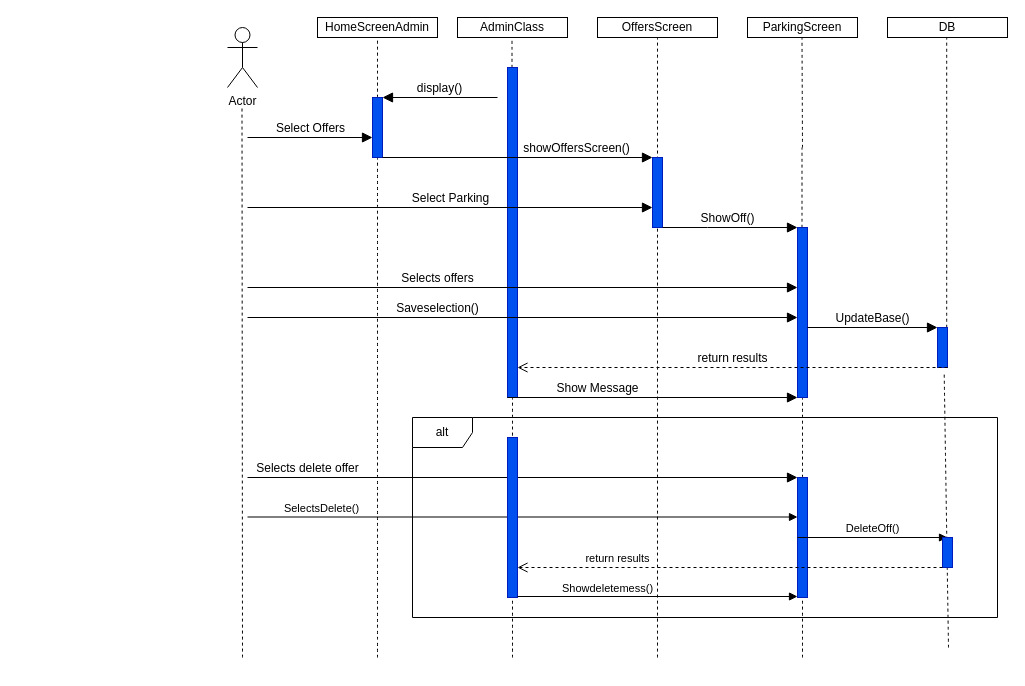
Before: SEQUENCE/Offers sequence.drawio in EliasPapagelis/Smart-Park-TL, a draw.io diagram. Source tidied: cells renumbered, new cells numbered last; positions are measured from the earlier drawing's top-left corner, leaving out a move shared by most shapes. Both pictures are drawn from the tidied source at 100%, with x=0, y=0 at pixel (227, 17).
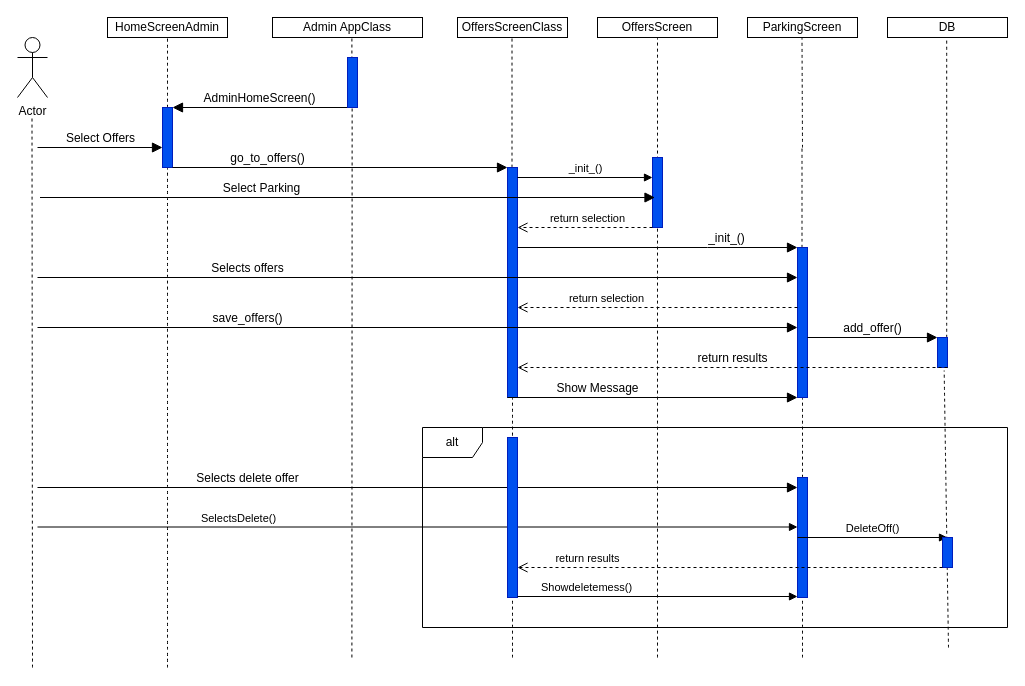
The same diagram, later.

The change refers to these unchanged cells:
```xml
<mxCell id="11" style="html=1;points=[[0,0,0,0,5],[0,1,0,0,-5],[1,0,0,0,5],[1,1,0,0,-5]];perimeter=orthogonalPerimeter;outlineConnect=0;targetShapes=umlLifeline;portConstraint=eastwest;newEdgeStyle={&quot;curved&quot;:0,&quot;rounded&quot;:0};fillColor=#0050ef;fontColor=#ffffff;strokeColor=#001DBC;" parent="1" vertex="1">
  <mxGeometry x="425" y="140" width="10" height="70" as="geometry" />
</mxCell>
<mxCell id="37" style="html=1;points=[[0,0,0,0,5],[0,1,0,0,-5],[1,0,0,0,5],[1,1,0,0,-5]];perimeter=orthogonalPerimeter;outlineConnect=0;targetShapes=umlLifeline;portConstraint=eastwest;newEdgeStyle={&quot;curved&quot;:0,&quot;rounded&quot;:0};fillColor=#0050ef;fontColor=#ffffff;strokeColor=#001DBC;" parent="1" vertex="1">
  <mxGeometry x="570" y="460" width="10" height="120" as="geometry" />
</mxCell>
<mxCell id="40" style="html=1;points=[[0,0,0,0,5],[0,1,0,0,-5],[1,0,0,0,5],[1,1,0,0,-5]];perimeter=orthogonalPerimeter;outlineConnect=0;targetShapes=umlLifeline;portConstraint=eastwest;newEdgeStyle={&quot;curved&quot;:0,&quot;rounded&quot;:0};fillColor=#0050ef;fontColor=#ffffff;strokeColor=#001DBC;" parent="1" vertex="1">
  <mxGeometry x="715" y="520" width="10" height="30" as="geometry" />
</mxCell>
```

Diff of the diagram source:
```diff
@@
     <mxCell id="2" value="Actor" style="shape=umlActor;verticalLabelPosition=bottom;verticalAlign=top;html=1;" parent="1" vertex="1">
-      <mxGeometry y="10" width="30" height="60" as="geometry" />
+      <mxGeometry x="-210" y="20" width="30" height="60" as="geometry" />
     </mxCell>
@@
-    <mxCell id="4" value="AdminClass" style="rounded=0;whiteSpace=wrap;html=1;" parent="1" vertex="1">
+    <mxCell id="4" value="OffersScreenClass" style="rounded=0;whiteSpace=wrap;html=1;" parent="1" vertex="1">
       <mxGeometry x="230" width="110" height="20" as="geometry" />
     </mxCell>
@@
     <mxCell id="6" value="HomeScreenAdmin" style="rounded=0;whiteSpace=wrap;html=1;" parent="1" vertex="1">
-      <mxGeometry x="90" width="120" height="20" as="geometry" />
+      <mxGeometry x="-120" width="120" height="20" as="geometry" />
     </mxCell>
@@
-    <mxCell id="9" style="endArrow=none;dashed=1;html=1;rounded=0;fontSize=12;startSize=8;endSize=8;curved=1;" parent="1" edge="1" source="13">
-      <mxGeometry relative="1" as="geometry">
-        <mxPoint x="150" y="20" as="targetPoint" />
-      </mxGeometry>
+    <mxCell id="9" style="endArrow=none;dashed=1;html=1;rounded=0;fontSize=12;startSize=8;endSize=8;curved=1;entryX=0.5;entryY=1;entryDx=0;entryDy=0;" parent="1" edge="1" source="13" target="6">
+      <mxGeometry relative="1" as="geometry" />
     </mxCell>
     <mxCell id="10" style="endArrow=none;dashed=1;html=1;rounded=0;fontSize=12;startSize=8;endSize=8;curved=1;" parent="1" edge="1">
       <mxGeometry relative="1" as="geometry">
-        <mxPoint x="15" y="640" as="sourcePoint" />
-        <mxPoint x="14.5" y="90" as="targetPoint" />
+        <mxPoint x="-195" y="650" as="sourcePoint" />
+        <mxPoint x="-195.5" y="100" as="targetPoint" />
       </mxGeometry>
     </mxCell>
@@
     <mxCell id="12" style="endArrow=none;dashed=1;html=1;rounded=0;fontSize=12;startSize=8;endSize=8;curved=1;" parent="1" edge="1" target="13">
       <mxGeometry relative="1" as="geometry">
-        <mxPoint x="150" y="640" as="sourcePoint" />
+        <mxPoint x="-60" y="650" as="sourcePoint" />
       </mxGeometry>
     </mxCell>
     <mxCell id="13" style="html=1;points=[[0,0,0,0,5],[0,1,0,0,-5],[1,0,0,0,5],[1,1,0,0,-5]];perimeter=orthogonalPerimeter;outlineConnect=0;targetShapes=umlLifeline;portConstraint=eastwest;newEdgeStyle={&quot;curved&quot;:0,&quot;rounded&quot;:0};fillColor=#0050ef;fontColor=#ffffff;strokeColor=#001DBC;" parent="1" vertex="1">
-      <mxGeometry x="145" y="80" width="10" height="60" as="geometry" />
+      <mxGeometry x="-65" y="90" width="10" height="60" as="geometry" />
     </mxCell>
@@
     <mxCell id="15" style="html=1;points=[[0,0,0,0,5],[0,1,0,0,-5],[1,0,0,0,5],[1,1,0,0,-5]];perimeter=orthogonalPerimeter;outlineConnect=0;targetShapes=umlLifeline;portConstraint=eastwest;newEdgeStyle={&quot;curved&quot;:0,&quot;rounded&quot;:0};fillColor=#0050ef;fontColor=#ffffff;strokeColor=#001DBC;" parent="1" vertex="1">
-      <mxGeometry x="280" y="50" width="10" height="330" as="geometry" />
+      <mxGeometry x="280" y="150" width="10" height="230" as="geometry" />
     </mxCell>
     <mxCell id="16" value="Select Offers" style="html=1;verticalAlign=bottom;endArrow=block;curved=0;rounded=0;fontSize=12;startSize=8;endSize=8;" parent="1" edge="1" target="13">
       <mxGeometry relative="1" as="geometry">
-        <mxPoint x="20" y="120" as="sourcePoint" />
+        <mxPoint x="-190" y="130" as="sourcePoint" />
       </mxGeometry>
     </mxCell>
-    <mxCell id="17" value="display()" style="html=1;verticalAlign=bottom;endArrow=block;curved=0;rounded=0;fontSize=12;startSize=8;endSize=8;" parent="1" edge="1" target="13">
-      <mxGeometry relative="1" as="geometry">
-        <mxPoint x="270" y="80" as="sourcePoint" />
-      </mxGeometry>
+    <mxCell id="17" value="AdminHomeScreen()" style="html=1;verticalAlign=bottom;endArrow=block;curved=0;rounded=0;fontSize=12;startSize=8;endSize=8;" parent="1" edge="1" source="47" target="13">
+      <mxGeometry relative="1" as="geometry" />
     </mxCell>
-    <mxCell id="18" value="showOffersScreen()" style="html=1;verticalAlign=bottom;endArrow=block;curved=0;rounded=0;fontSize=12;startSize=8;endSize=8;" parent="1" edge="1" target="11">
-      <mxGeometry x="0.44" relative="1" as="geometry">
-        <mxPoint x="155" y="140" as="sourcePoint" />
+    <mxCell id="18" value="go_to_offers()" style="html=1;verticalAlign=bottom;endArrow=block;curved=0;rounded=0;fontSize=12;startSize=8;endSize=8;" parent="1" edge="1">
+      <mxGeometry x="-0.43" relative="1" as="geometry">
+        <mxPoint x="-55" y="150" as="sourcePoint" />
+        <mxPoint x="280" y="150" as="targetPoint" />
       </mxGeometry>
     </mxCell>
@@
-    <mxCell id="20" value="Select Parking" style="html=1;verticalAlign=bottom;endArrow=block;curved=0;rounded=0;fontSize=12;startSize=8;endSize=8;" parent="1" edge="1" target="11">
-      <mxGeometry relative="1" as="geometry">
-        <mxPoint x="20" y="190" as="sourcePoint" />
+    <mxCell id="20" value="Select Parking" style="html=1;verticalAlign=bottom;endArrow=block;curved=0;rounded=0;fontSize=12;startSize=8;endSize=8;" parent="1" edge="1">
+      <mxGeometry x="-0.28" relative="1" as="geometry">
+        <mxPoint x="-187.5" y="180" as="sourcePoint" />
+        <mxPoint x="427.5" y="180" as="targetPoint" />
       </mxGeometry>
     </mxCell>
-    <mxCell id="21" value="ShowOff()" style="html=1;verticalAlign=bottom;endArrow=block;curved=0;rounded=0;fontSize=12;startSize=8;endSize=8;" parent="1" edge="1" source="11" target="30">
-      <mxGeometry x="-0.04" relative="1" as="geometry">
+    <mxCell id="21" value="_init_()" style="html=1;verticalAlign=bottom;endArrow=block;curved=0;rounded=0;fontSize=12;startSize=8;endSize=8;" parent="1" edge="1" source="15">
+      <mxGeometry x="0.5" relative="1" as="geometry">
+        <mxPoint x="570" y="230" as="targetPoint" />
         <Array as="points">
-          <mxPoint x="480" y="210" />
+          <mxPoint x="480" y="230" />
         </Array>
+        <mxPoint x="-1" as="offset" />
       </mxGeometry>
     </mxCell>
-    <mxCell id="22" value="Selects offers" style="html=1;verticalAlign=bottom;endArrow=block;curved=0;rounded=0;fontSize=12;startSize=8;endSize=8;" parent="1" edge="1" target="30">
-      <mxGeometry x="-0.31" relative="1" as="geometry">
-        <mxPoint x="20" y="270" as="sourcePoint" />
+    <mxCell id="22" value="Selects offers" style="html=1;verticalAlign=bottom;endArrow=block;curved=0;rounded=0;fontSize=12;startSize=8;endSize=8;" parent="1" edge="1">
+      <mxGeometry x="-0.45" relative="1" as="geometry">
+        <mxPoint x="-190" y="260" as="sourcePoint" />
+        <mxPoint x="570" y="260" as="targetPoint" />
+        <mxPoint x="1" as="offset" />
       </mxGeometry>
     </mxCell>
-    <mxCell id="23" value="Saveselection()" style="html=1;verticalAlign=bottom;endArrow=block;curved=0;rounded=0;fontSize=12;startSize=8;endSize=8;" parent="1" edge="1">
-      <mxGeometry x="-0.31" relative="1" as="geometry">
-        <mxPoint x="20" y="300" as="sourcePoint" />
-        <mxPoint x="570" y="300" as="targetPoint" />
+    <mxCell id="23" value="save_offers()" style="html=1;verticalAlign=bottom;endArrow=block;curved=0;rounded=0;fontSize=12;startSize=8;endSize=8;" parent="1" edge="1" target="30">
+      <mxGeometry x="-0.45" relative="1" as="geometry">
+        <mxPoint x="-190" y="310" as="sourcePoint" />
+        <mxPoint x="1" as="offset" />
       </mxGeometry>
     </mxCell>
@@
     <mxCell id="25" style="html=1;points=[[0,0,0,0,5],[0,1,0,0,-5],[1,0,0,0,5],[1,1,0,0,-5]];perimeter=orthogonalPerimeter;outlineConnect=0;targetShapes=umlLifeline;portConstraint=eastwest;newEdgeStyle={&quot;curved&quot;:0,&quot;rounded&quot;:0};fillColor=#0050ef;fontColor=#ffffff;strokeColor=#001DBC;" parent="1" vertex="1">
-      <mxGeometry x="710" y="310" width="10" height="40" as="geometry" />
+      <mxGeometry x="710" y="320" width="10" height="30" as="geometry" />
     </mxCell>
@@
     <mxCell id="30" style="html=1;points=[[0,0,0,0,5],[0,1,0,0,-5],[1,0,0,0,5],[1,1,0,0,-5]];perimeter=orthogonalPerimeter;outlineConnect=0;targetShapes=umlLifeline;portConstraint=eastwest;newEdgeStyle={&quot;curved&quot;:0,&quot;rounded&quot;:0};fillColor=#0050ef;fontColor=#ffffff;strokeColor=#001DBC;" parent="1" vertex="1">
-      <mxGeometry x="570" y="210" width="10" height="170" as="geometry" />
+      <mxGeometry x="570" y="230" width="10" height="150" as="geometry" />
     </mxCell>
@@
-    <mxCell id="32" value="UpdateBase()" style="html=1;verticalAlign=bottom;endArrow=block;curved=0;rounded=0;fontSize=12;startSize=8;endSize=8;" parent="1" edge="1" target="25">
+    <mxCell id="32" value="add_offer()" style="html=1;verticalAlign=bottom;endArrow=block;curved=0;rounded=0;fontSize=12;startSize=8;endSize=8;" parent="1" edge="1">
       <mxGeometry relative="1" as="geometry">
-        <mxPoint x="580" y="310" as="sourcePoint" />
+        <mxPoint x="580" y="320" as="sourcePoint" />
+        <mxPoint x="710" y="320" as="targetPoint" />
       </mxGeometry>
     </mxCell>
@@
     <mxCell id="35" value="alt" style="shape=umlFrame;whiteSpace=wrap;html=1;" parent="1" vertex="1">
-      <mxGeometry x="185" y="400" width="585" height="200" as="geometry" />
+      <mxGeometry x="195" y="410" width="585" height="200" as="geometry" />
     </mxCell>
-    <mxCell id="36" value="Selects delete offer" style="html=1;verticalAlign=bottom;endArrow=block;curved=0;rounded=0;fontSize=12;startSize=8;endSize=8;" parent="1" edge="1">
-      <mxGeometry x="-0.78" relative="1" as="geometry">
-        <mxPoint x="20" y="460" as="sourcePoint" />
-        <mxPoint x="570" y="460" as="targetPoint" />
+    <mxCell id="36" value="Selects delete offer" style="html=1;verticalAlign=bottom;endArrow=block;curved=0;rounded=0;fontSize=12;startSize=8;endSize=8;" parent="1" edge="1" target="37">
+      <mxGeometry x="-0.45" relative="1" as="geometry">
+        <mxPoint x="-190" y="470" as="sourcePoint" />
+        <mxPoint x="1" as="offset" />
       </mxGeometry>
     </mxCell>
@@
     <mxCell id="38" value="SelectsDelete()" style="html=1;verticalAlign=bottom;endArrow=block;curved=0;rounded=0;" parent="1" edge="1" target="37">
-      <mxGeometry x="-0.73" relative="1" as="geometry">
-        <mxPoint x="20" y="499.5" as="sourcePoint" />
+      <mxGeometry x="-0.47" y="-1" relative="1" as="geometry">
+        <mxPoint x="-190" y="509.5" as="sourcePoint" />
+        <mxPoint y="-1" as="offset" />
       </mxGeometry>
     </mxCell>
@@
     <mxCell id="42" value="return results" style="html=1;verticalAlign=bottom;endArrow=open;dashed=1;endSize=8;curved=0;rounded=0;" parent="1" edge="1" source="40">
-      <mxGeometry x="0.53" relative="1" as="geometry">
+      <mxGeometry x="0.67" relative="1" as="geometry">
         <mxPoint x="290" y="550" as="targetPoint" />
       </mxGeometry>
     </mxCell>
     <mxCell id="43" value="Showdeletemess()" style="html=1;verticalAlign=bottom;endArrow=block;curved=0;rounded=0;" parent="1" edge="1" target="37">
-      <mxGeometry x="-0.36" y="-1" relative="1" as="geometry">
+      <mxGeometry x="-0.5" relative="1" as="geometry">
         <mxPoint x="290" y="579" as="sourcePoint" />
+        <mxPoint x="-1" as="offset" />
       </mxGeometry>
     </mxCell>
+    <mxCell id="44" value="Admin AppClass" style="rounded=0;whiteSpace=wrap;html=1;" parent="1" vertex="1">
+      <mxGeometry x="45" width="150" height="20" as="geometry" />
+    </mxCell>
+    <mxCell id="45" style="endArrow=none;dashed=1;html=1;rounded=0;" parent="1" edge="1">
+      <mxGeometry relative="1" as="geometry">
+        <mxPoint x="124.4" y="90" as="sourcePoint" />
+        <mxPoint x="124.4" y="20" as="targetPoint" />
+      </mxGeometry>
+    </mxCell>
+    <mxCell id="46" style="endArrow=none;dashed=1;html=1;rounded=0;entryX=0.465;entryY=0.653;entryDx=0;entryDy=0;entryPerimeter=0;" parent="1" edge="1" target="47">
+      <mxGeometry relative="1" as="geometry">
+        <mxPoint x="124.4" y="640" as="sourcePoint" />
+      </mxGeometry>
+    </mxCell>
+    <mxCell id="47" style="html=1;points=[[0,0,0,0,5],[0,1,0,0,-5],[1,0,0,0,5],[1,1,0,0,-5]];perimeter=orthogonalPerimeter;outlineConnect=0;targetShapes=umlLifeline;portConstraint=eastwest;newEdgeStyle={&quot;curved&quot;:0,&quot;rounded&quot;:0};fillColor=#0050ef;fontColor=#ffffff;strokeColor=#001DBC;" parent="1" vertex="1">
+      <mxGeometry x="120" y="40" width="10" height="50" as="geometry" />
+    </mxCell>
+    <mxCell id="48" value="_init_()" style="html=1;verticalAlign=bottom;endArrow=block;curved=0;rounded=0;" parent="1" edge="1" target="11">
+      <mxGeometry relative="1" as="geometry">
+        <mxPoint x="290" y="160" as="sourcePoint" />
+      </mxGeometry>
+    </mxCell>
+    <mxCell id="49" value="return selection" style="html=1;verticalAlign=bottom;endArrow=open;dashed=1;endSize=8;curved=0;rounded=0;" parent="1" edge="1">
+      <mxGeometry x="-0.04" relative="1" as="geometry">
+        <mxPoint x="425" y="210" as="sourcePoint" />
+        <mxPoint x="290" y="210" as="targetPoint" />
+      </mxGeometry>
+    </mxCell>
+    <mxCell id="50" value="return selection" style="html=1;verticalAlign=bottom;endArrow=open;dashed=1;endSize=8;curved=0;rounded=0;" parent="1" edge="1">
+      <mxGeometry x="0.36" relative="1" as="geometry">
+        <mxPoint x="570" y="290" as="sourcePoint" />
+        <mxPoint x="290" y="290" as="targetPoint" />
+        <mxPoint x="-1" as="offset" />
+      </mxGeometry>
+    </mxCell>
```
